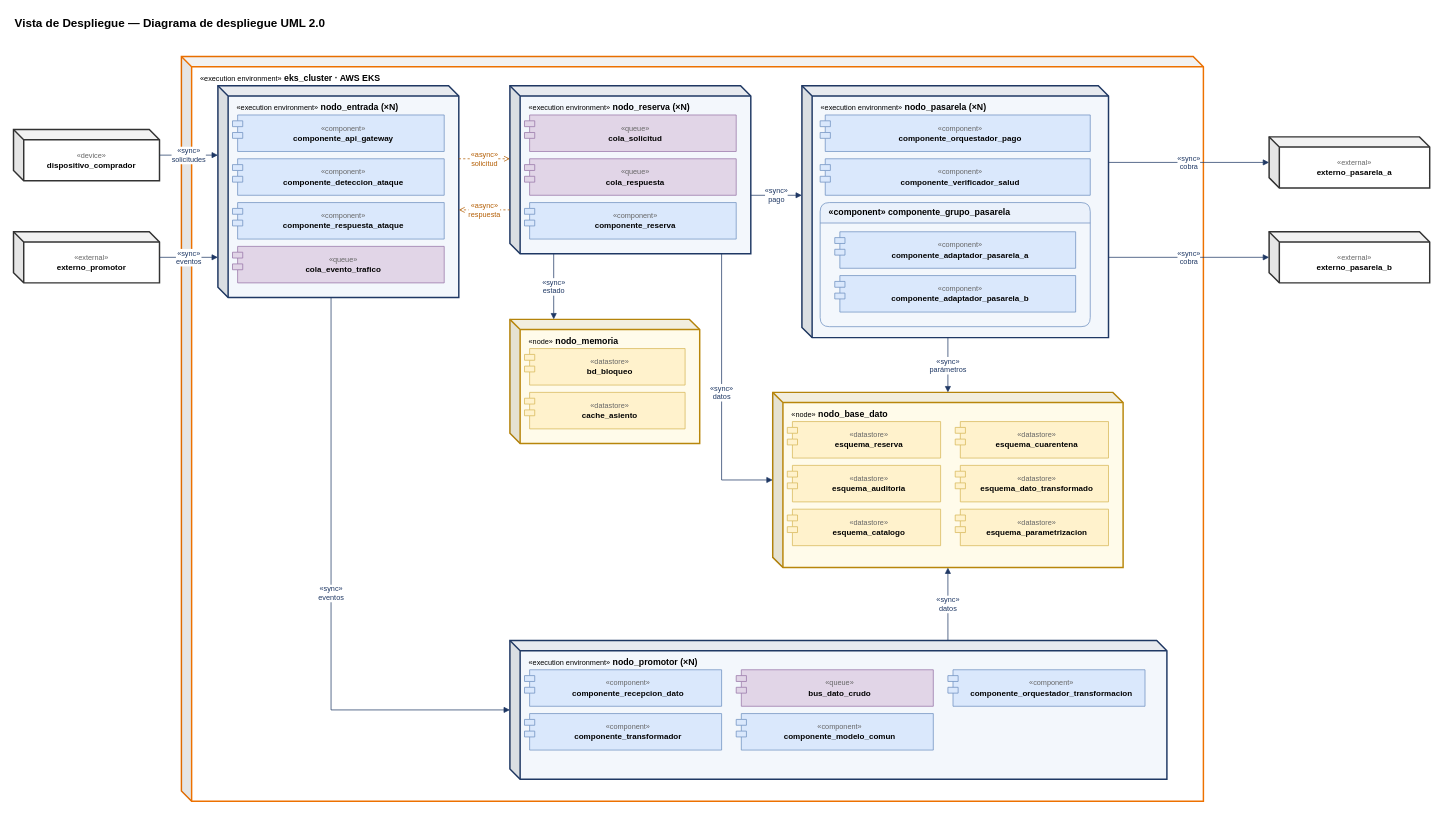
Above: page "4. Despliegue (Despliegue)" (4 of 7) of Arquitectura-TAQ.drawio in juliancho147/Arch_soft_proyecto_final (draw.io), before the change. Source tidied: cells renumbered, new cells numbered last; positions are measured from the earlier drawing's top-left corner, leaving out a move shared by most shapes. Both pictures are drawn from the tidied source at 73%, with x=0, y=0 at pixel (13, 12).
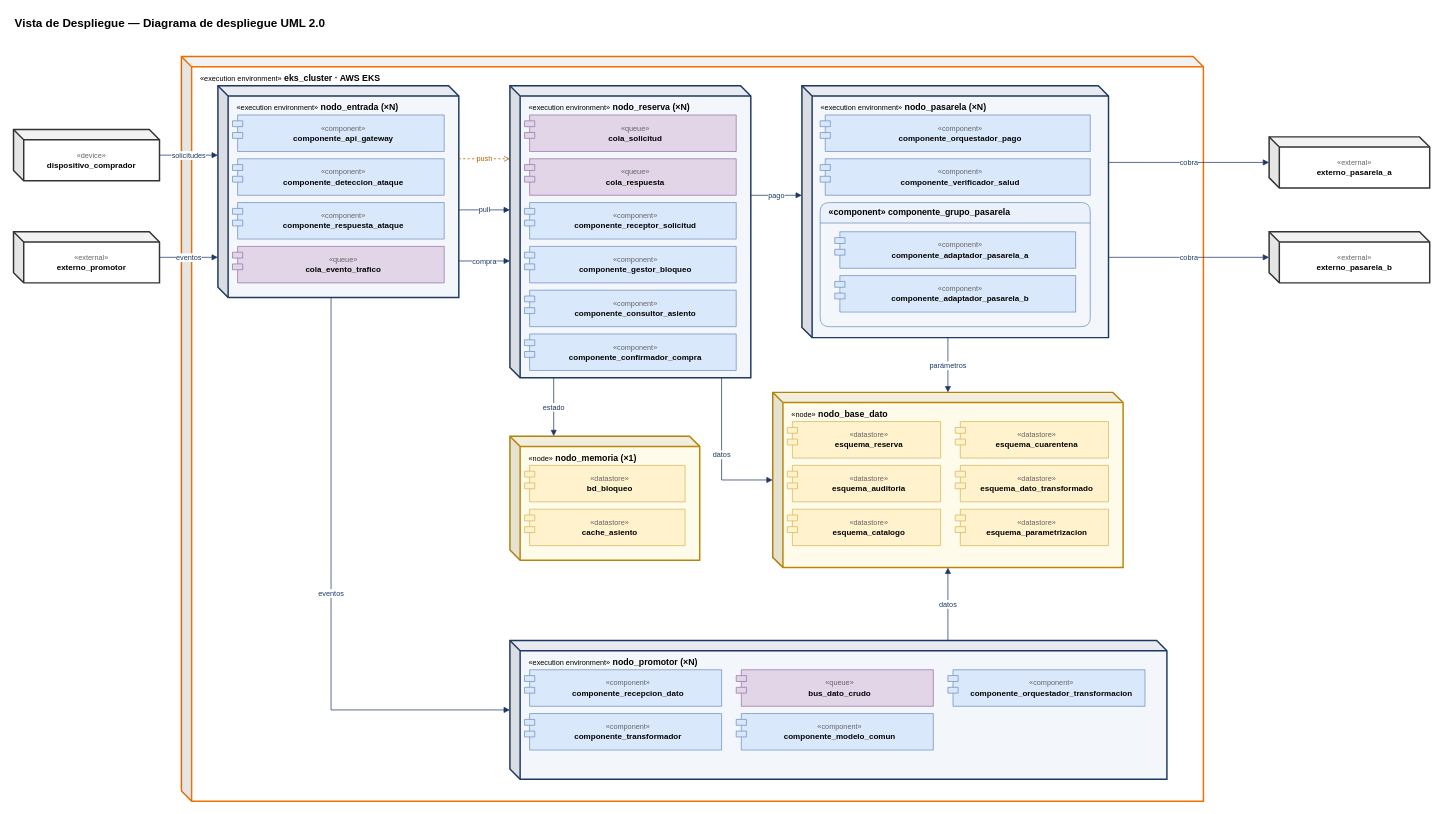
The same diagram, later.

Unchanged cells that the change refers to:
```xml
<mxCell id="3" value="&lt;span style=&quot;color:#666666;font-size:10px&quot;&gt;«device»&lt;/span&gt;&lt;br&gt;&lt;b&gt;dispositivo_comprador&lt;/b&gt;" style="shape=cube;whiteSpace=wrap;html=1;boundedLbl=1;backgroundOutline=1;darkOpacity=0.05;darkOpacity2=0.1;size=14;fontSize=11;fillColor=#FFFFFF;strokeColor=#333333;strokeWidth=2;" parent="1" vertex="1">
  <mxGeometry y="160" width="200" height="70" as="geometry" />
</mxCell>
<mxCell id="4" value="&lt;span style=&quot;color:#666666;font-size:10px&quot;&gt;«external»&lt;/span&gt;&lt;br&gt;&lt;b&gt;externo_promotor&lt;/b&gt;" style="shape=cube;whiteSpace=wrap;html=1;boundedLbl=1;backgroundOutline=1;darkOpacity=0.05;darkOpacity2=0.1;size=14;fontSize=11;fillColor=#FFFFFF;strokeColor=#333333;strokeWidth=2;" parent="1" vertex="1">
  <mxGeometry y="300" width="200" height="70" as="geometry" />
</mxCell>
<mxCell id="5" value="&lt;span style=&quot;color:#666666;font-size:10px&quot;&gt;«external»&lt;/span&gt;&lt;br&gt;&lt;b&gt;externo_pasarela_a&lt;/b&gt;" style="shape=cube;whiteSpace=wrap;html=1;boundedLbl=1;backgroundOutline=1;darkOpacity=0.05;darkOpacity2=0.1;size=14;fontSize=11;fillColor=#FFFFFF;strokeColor=#333333;strokeWidth=2;" parent="1" vertex="1">
  <mxGeometry x="1720" y="170" width="220" height="70" as="geometry" />
</mxCell>
<mxCell id="6" value="&lt;span style=&quot;color:#666666;font-size:10px&quot;&gt;«external»&lt;/span&gt;&lt;br&gt;&lt;b&gt;externo_pasarela_b&lt;/b&gt;" style="shape=cube;whiteSpace=wrap;html=1;boundedLbl=1;backgroundOutline=1;darkOpacity=0.05;darkOpacity2=0.1;size=14;fontSize=11;fillColor=#FFFFFF;strokeColor=#333333;strokeWidth=2;" parent="1" vertex="1">
  <mxGeometry x="1720" y="300" width="220" height="70" as="geometry" />
</mxCell>
<mxCell id="7" value="&lt;span style=&quot;font-size:10px;font-weight:normal&quot;&gt;«execution environment»&lt;/span&gt; eks_cluster  ·  AWS EKS" style="shape=cube;whiteSpace=wrap;html=1;boundedLbl=1;backgroundOutline=1;darkOpacity=0.05;darkOpacity2=0.1;size=14;verticalAlign=top;align=left;spacingLeft=10;spacingTop=2;fontStyle=1;fontSize=12;fillColor=#FFFFFF;strokeColor=#ED7100;strokeWidth=2;" parent="1" vertex="1">
  <mxGeometry x="230" y="60" width="1400" height="1020" as="geometry" />
</mxCell>
<mxCell id="8" value="&lt;span style=&quot;font-size:10px;font-weight:normal&quot;&gt;«execution environment»&lt;/span&gt; nodo_entrada (×N)" style="shape=cube;whiteSpace=wrap;html=1;boundedLbl=1;backgroundOutline=1;darkOpacity=0.05;darkOpacity2=0.1;size=14;verticalAlign=top;align=left;spacingLeft=10;spacingTop=2;fontStyle=1;fontSize=12;fillColor=#F3F7FC;strokeColor=#1F3864;strokeWidth=2;" parent="7" vertex="1">
  <mxGeometry x="50" y="40" width="330" height="290" as="geometry" />
</mxCell>
<mxCell id="17" value="&lt;span style=&quot;font-size:10px;font-weight:normal&quot;&gt;«execution environment»&lt;/span&gt; nodo_pasarela (×N)" style="shape=cube;whiteSpace=wrap;html=1;boundedLbl=1;backgroundOutline=1;darkOpacity=0.05;darkOpacity2=0.1;size=14;verticalAlign=top;align=left;spacingLeft=10;spacingTop=2;fontStyle=1;fontSize=12;fillColor=#F3F7FC;strokeColor=#1F3864;strokeWidth=2;" parent="7" vertex="1">
  <mxGeometry x="850" y="40" width="420" height="345" as="geometry" />
</mxCell>
<mxCell id="26" value="&lt;span style=&quot;font-size:10px;font-weight:normal&quot;&gt;«node»&lt;/span&gt; nodo_base_dato" style="shape=cube;whiteSpace=wrap;html=1;boundedLbl=1;backgroundOutline=1;darkOpacity=0.05;darkOpacity2=0.1;size=14;verticalAlign=top;align=left;spacingLeft=10;spacingTop=2;fontStyle=1;fontSize=12;fillColor=#FFFBEA;strokeColor=#B8860B;strokeWidth=2;" parent="7" vertex="1">
  <mxGeometry x="810" y="460" width="480" height="240" as="geometry" />
</mxCell>
<mxCell id="33" value="&lt;span style=&quot;font-size:10px;font-weight:normal&quot;&gt;«execution environment»&lt;/span&gt; nodo_promotor (×N)" style="shape=cube;whiteSpace=wrap;html=1;boundedLbl=1;backgroundOutline=1;darkOpacity=0.05;darkOpacity2=0.1;size=14;verticalAlign=top;align=left;spacingLeft=10;spacingTop=2;fontStyle=1;fontSize=12;fillColor=#F3F7FC;strokeColor=#1F3864;strokeWidth=2;" parent="7" vertex="1">
  <mxGeometry x="450" y="800" width="900" height="190" as="geometry" />
</mxCell>
```

Change to the diagram source:
```diff
@@
     <mxCell id="13" value="&lt;span style=&quot;font-size:10px;font-weight:normal&quot;&gt;«execution environment»&lt;/span&gt; nodo_reserva (×N)" style="shape=cube;whiteSpace=wrap;html=1;boundedLbl=1;backgroundOutline=1;darkOpacity=0.05;darkOpacity2=0.1;size=14;verticalAlign=top;align=left;spacingLeft=10;spacingTop=2;fontStyle=1;fontSize=12;fillColor=#F3F7FC;strokeColor=#1F3864;strokeWidth=2;" parent="7" vertex="1">
-      <mxGeometry x="450" y="40" width="330" height="230" as="geometry" />
+      <mxGeometry x="450" y="40" width="330" height="400" as="geometry" />
     </mxCell>
@@
-    <mxCell id="16" value="&lt;span style=&quot;color:#666666;font-size:10px&quot;&gt;«component»&lt;/span&gt;&lt;br&gt;&lt;b&gt;componente_reserva&lt;/b&gt;" style="shape=module;jettyWidth=14;jettyHeight=8;spacingLeft=14;html=1;whiteSpace=wrap;fontSize=11;fillColor=#DAE8FC;strokeColor=#6C8EBF;" parent="13" vertex="1">
+    <mxCell id="16" value="&lt;span style=&quot;color:#666666;font-size:10px&quot;&gt;«component»&lt;/span&gt;&lt;br&gt;&lt;b&gt;componente_receptor_solicitud&lt;/b&gt;" style="shape=module;jettyWidth=14;jettyHeight=8;spacingLeft=14;html=1;whiteSpace=wrap;fontSize=11;fillColor=#DAE8FC;strokeColor=#6C8EBF;" parent="13" vertex="1">
       <mxGeometry x="20" y="160" width="290" height="50" as="geometry" />
     </mxCell>
+    <mxCell id="51" value="&lt;span style=&quot;color:#666666;font-size:10px&quot;&gt;«component»&lt;/span&gt;&lt;br&gt;&lt;b&gt;componente_gestor_bloqueo&lt;/b&gt;" style="shape=module;jettyWidth=14;jettyHeight=8;spacingLeft=14;html=1;whiteSpace=wrap;fontSize=11;fillColor=#DAE8FC;strokeColor=#6C8EBF;" parent="13" vertex="1">
+      <mxGeometry x="20" y="220" width="290" height="50" as="geometry" />
+    </mxCell>
+    <mxCell id="52" value="&lt;span style=&quot;color:#666666;font-size:10px&quot;&gt;«component»&lt;/span&gt;&lt;br&gt;&lt;b&gt;componente_consultor_asiento&lt;/b&gt;" style="shape=module;jettyWidth=14;jettyHeight=8;spacingLeft=14;html=1;whiteSpace=wrap;fontSize=11;fillColor=#DAE8FC;strokeColor=#6C8EBF;" parent="13" vertex="1">
+      <mxGeometry x="20" y="280" width="290" height="50" as="geometry" />
+    </mxCell>
+    <mxCell id="53" value="&lt;span style=&quot;color:#666666;font-size:10px&quot;&gt;«component»&lt;/span&gt;&lt;br&gt;&lt;b&gt;componente_confirmador_compra&lt;/b&gt;" style="shape=module;jettyWidth=14;jettyHeight=8;spacingLeft=14;html=1;whiteSpace=wrap;fontSize=11;fillColor=#DAE8FC;strokeColor=#6C8EBF;" parent="13" vertex="1">
+      <mxGeometry x="20" y="340" width="290" height="50" as="geometry" />
+    </mxCell>
@@
-    <mxCell id="23" value="&lt;span style=&quot;font-size:10px;font-weight:normal&quot;&gt;«node»&lt;/span&gt; nodo_memoria" style="shape=cube;whiteSpace=wrap;html=1;boundedLbl=1;backgroundOutline=1;darkOpacity=0.05;darkOpacity2=0.1;size=14;verticalAlign=top;align=left;spacingLeft=10;spacingTop=2;fontStyle=1;fontSize=12;fillColor=#FFFBEA;strokeColor=#B8860B;strokeWidth=2;" parent="7" vertex="1">
-      <mxGeometry x="450" y="360" width="260" height="170" as="geometry" />
+    <mxCell id="23" value="&lt;span style=&quot;font-size:10px;font-weight:normal&quot;&gt;«node»&lt;/span&gt; nodo_memoria (×1)" style="shape=cube;whiteSpace=wrap;html=1;boundedLbl=1;backgroundOutline=1;darkOpacity=0.05;darkOpacity2=0.1;size=14;verticalAlign=top;align=left;spacingLeft=10;spacingTop=2;fontStyle=1;fontSize=12;fillColor=#FFFBEA;strokeColor=#B8860B;strokeWidth=2;" parent="7" vertex="1">
+      <mxGeometry x="450" y="520" width="260" height="170" as="geometry" />
     </mxCell>
@@
-    <mxCell id="39" value="«sync»&lt;br&gt;solicitudes" style="edgeStyle=none;rounded=0;html=1;fontSize=10;labelBackgroundColor=#FFFFFF;endArrow=block;endFill=1;strokeColor=#1F3864;fontColor=#1F3864;exitX=1.0;exitY=0.5;exitDx=0;exitDy=0;entryX=0.0;entryY=0.3276;entryDx=0;entryDy=0;" parent="1" edge="1" source="3" target="8">
+    <mxCell id="39" value="solicitudes" style="edgeStyle=none;rounded=0;html=1;fontSize=10;labelBackgroundColor=#FFFFFF;endArrow=block;endFill=1;strokeColor=#1F3864;fontColor=#1F3864;exitX=1.0;exitY=0.5;exitDx=0;exitDy=0;entryX=0.0;entryY=0.3276;entryDx=0;entryDy=0;" parent="1" edge="1" source="3" target="8">
       <mxGeometry relative="1" as="geometry" />
     </mxCell>
-    <mxCell id="40" value="«sync»&lt;br&gt;eventos" style="edgeStyle=none;rounded=0;html=1;fontSize=10;labelBackgroundColor=#FFFFFF;endArrow=block;endFill=1;strokeColor=#1F3864;fontColor=#1F3864;exitX=1.0;exitY=0.5;exitDx=0;exitDy=0;entryX=0.0;entryY=0.8103;entryDx=0;entryDy=0;" parent="1" edge="1" source="4" target="8">
+    <mxCell id="40" value="eventos" style="edgeStyle=none;rounded=0;html=1;fontSize=10;labelBackgroundColor=#FFFFFF;endArrow=block;endFill=1;strokeColor=#1F3864;fontColor=#1F3864;exitX=1.0;exitY=0.5;exitDx=0;exitDy=0;entryX=0.0;entryY=0.8103;entryDx=0;entryDy=0;" parent="1" edge="1" source="4" target="8">
       <mxGeometry relative="1" as="geometry" />
     </mxCell>
-    <mxCell id="41" value="«async»&lt;br&gt;solicitud" style="edgeStyle=none;rounded=0;html=1;fontSize=10;labelBackgroundColor=#FFFFFF;dashed=1;endArrow=open;endFill=0;strokeColor=#B45F06;fontColor=#B45F06;exitX=1.0;exitY=0.3448;exitDx=0;exitDy=0;entryX=0.0;entryY=0.4348;entryDx=0;entryDy=0;" parent="1" edge="1" source="8" target="13">
+    <mxCell id="41" value="push" style="edgeStyle=none;rounded=0;html=1;fontSize=10;labelBackgroundColor=#FFFFFF;dashed=1;endArrow=open;endFill=0;strokeColor=#B45F06;fontColor=#B45F06;exitX=1.0;exitY=0.3448;exitDx=0;exitDy=0;entryX=0.0;entryY=0.25;entryDx=0;entryDy=0;" parent="1" edge="1" source="8" target="13">
       <mxGeometry relative="1" as="geometry" />
     </mxCell>
-    <mxCell id="42" value="«async»&lt;br&gt;respuesta" style="edgeStyle=none;rounded=0;html=1;fontSize=10;labelBackgroundColor=#FFFFFF;dashed=1;endArrow=open;endFill=0;strokeColor=#B45F06;fontColor=#B45F06;exitX=0.0;exitY=0.7391;exitDx=0;exitDy=0;entryX=1.0;entryY=0.5862;entryDx=0;entryDy=0;" parent="1" edge="1" source="13" target="8">
+    <mxCell id="42" value="pull" style="edgeStyle=none;rounded=0;html=1;fontSize=10;labelBackgroundColor=#FFFFFF;endArrow=block;endFill=1;strokeColor=#1F3864;fontColor=#1F3864;exitX=1.0;exitY=0.5862;exitDx=0;exitDy=0;entryX=0.0;entryY=0.425;entryDx=0;entryDy=0;" parent="1" edge="1" source="8" target="13">
       <mxGeometry relative="1" as="geometry" />
     </mxCell>
-    <mxCell id="43" value="«sync»&lt;br&gt;eventos" style="edgeStyle=none;rounded=0;html=1;fontSize=10;labelBackgroundColor=#FFFFFF;endArrow=block;endFill=1;strokeColor=#1F3864;fontColor=#1F3864;exitX=0.4697;exitY=1.0;exitDx=0;exitDy=0;entryX=0.0;entryY=0.5;entryDx=0;entryDy=0;" parent="1" edge="1" source="8" target="33">
-      <mxGeometry relative="1" as="geometry">
-        <Array as="points">
-          <mxPoint x="435" y="955" />
-        </Array>
-      </mxGeometry>
+    <mxCell id="43" value="compra" style="edgeStyle=none;rounded=0;html=1;fontSize=10;labelBackgroundColor=#FFFFFF;endArrow=block;endFill=1;strokeColor=#1F3864;fontColor=#1F3864;exitX=1.0;exitY=0.8276;exitDx=0;exitDy=0;entryX=0.0;entryY=0.6;entryDx=0;entryDy=0;" parent="1" edge="1" source="8" target="13">
+      <mxGeometry relative="1" as="geometry" />
     </mxCell>
-    <mxCell id="44" value="«sync»&lt;br&gt;pago" style="edgeStyle=none;rounded=0;html=1;fontSize=10;labelBackgroundColor=#FFFFFF;endArrow=block;endFill=1;strokeColor=#1F3864;fontColor=#1F3864;exitX=1.0;exitY=0.6522;exitDx=0;exitDy=0;entryX=0.0;entryY=0.4348;entryDx=0;entryDy=0;" parent="1" edge="1" source="13" target="17">
-      <mxGeometry relative="1" as="geometry" />
+    <mxCell id="44" value="eventos" style="edgeStyle=none;rounded=0;html=1;fontSize=10;labelBackgroundColor=#FFFFFF;endArrow=block;endFill=1;strokeColor=#1F3864;fontColor=#1F3864;exitX=0.4697;exitY=1.0;exitDx=0;exitDy=0;entryX=0.0;entryY=0.5;entryDx=0;entryDy=0;" parent="1" edge="1" source="8" target="33">
+      <mxGeometry relative="1" as="geometry">
+        <Array as="points">
+          <mxPoint x="435" y="955" />
+        </Array>
+      </mxGeometry>
     </mxCell>
-    <mxCell id="45" value="«sync»&lt;br&gt;estado" style="edgeStyle=none;rounded=0;html=1;fontSize=10;labelBackgroundColor=#FFFFFF;endArrow=block;endFill=1;strokeColor=#1F3864;fontColor=#1F3864;exitX=0.1818;exitY=1.0;exitDx=0;exitDy=0;entryX=0.2308;entryY=0.0;entryDx=0;entryDy=0;" parent="1" edge="1" source="13" target="23">
+    <mxCell id="45" value="pago" style="edgeStyle=none;rounded=0;html=1;fontSize=10;labelBackgroundColor=#FFFFFF;endArrow=block;endFill=1;strokeColor=#1F3864;fontColor=#1F3864;exitX=1.0;exitY=0.375;exitDx=0;exitDy=0;entryX=0.0;entryY=0.4348;entryDx=0;entryDy=0;" parent="1" edge="1" source="13" target="17">
       <mxGeometry relative="1" as="geometry" />
     </mxCell>
-    <mxCell id="46" value="«sync»&lt;br&gt;datos" style="edgeStyle=none;rounded=0;html=1;fontSize=10;labelBackgroundColor=#FFFFFF;endArrow=block;endFill=1;strokeColor=#1F3864;fontColor=#1F3864;exitX=0.8788;exitY=1.0;exitDx=0;exitDy=0;entryX=0.0;entryY=0.5;entryDx=0;entryDy=0;" parent="1" edge="1" source="13" target="26">
-      <mxGeometry relative="1" as="geometry">
-        <Array as="points">
-          <mxPoint x="970" y="640" />
-        </Array>
-      </mxGeometry>
+    <mxCell id="46" value="estado" style="edgeStyle=none;rounded=0;html=1;fontSize=10;labelBackgroundColor=#FFFFFF;endArrow=block;endFill=1;strokeColor=#1F3864;fontColor=#1F3864;exitX=0.1818;exitY=1.0;exitDx=0;exitDy=0;entryX=0.2308;entryY=0.0;entryDx=0;entryDy=0;" parent="1" edge="1" source="13" target="23">
+      <mxGeometry relative="1" as="geometry" />
     </mxCell>
-    <mxCell id="47" value="«sync»&lt;br&gt;parámetros" style="edgeStyle=none;rounded=0;html=1;fontSize=10;labelBackgroundColor=#FFFFFF;endArrow=block;endFill=1;strokeColor=#1F3864;fontColor=#1F3864;exitX=0.4762;exitY=1.0;exitDx=0;exitDy=0;entryX=0.5;entryY=0.0;entryDx=0;entryDy=0;" parent="1" edge="1" source="17" target="26">
-      <mxGeometry relative="1" as="geometry" />
+    <mxCell id="47" value="datos" style="edgeStyle=none;rounded=0;html=1;fontSize=10;labelBackgroundColor=#FFFFFF;endArrow=block;endFill=1;strokeColor=#1F3864;fontColor=#1F3864;exitX=0.8788;exitY=1.0;exitDx=0;exitDy=0;entryX=0.0;entryY=0.5;entryDx=0;entryDy=0;" parent="1" edge="1" source="13" target="26">
+      <mxGeometry relative="1" as="geometry">
+        <Array as="points">
+          <mxPoint x="970" y="640" />
+        </Array>
+      </mxGeometry>
     </mxCell>
-    <mxCell id="48" value="«sync»&lt;br&gt;datos" style="edgeStyle=none;rounded=0;html=1;fontSize=10;labelBackgroundColor=#FFFFFF;endArrow=block;endFill=1;strokeColor=#1F3864;fontColor=#1F3864;exitX=0.6667;exitY=0.0;exitDx=0;exitDy=0;entryX=0.5;entryY=1.0;entryDx=0;entryDy=0;" parent="1" edge="1" source="33" target="26">
+    <mxCell id="48" value="parámetros" style="edgeStyle=none;rounded=0;html=1;fontSize=10;labelBackgroundColor=#FFFFFF;endArrow=block;endFill=1;strokeColor=#1F3864;fontColor=#1F3864;exitX=0.4762;exitY=1.0;exitDx=0;exitDy=0;entryX=0.5;entryY=0.0;entryDx=0;entryDy=0;" parent="1" edge="1" source="17" target="26">
       <mxGeometry relative="1" as="geometry" />
     </mxCell>
-    <mxCell id="49" value="«sync»&lt;br&gt;cobra" style="edgeStyle=none;rounded=0;html=1;fontSize=10;labelBackgroundColor=#FFFFFF;endArrow=block;endFill=1;strokeColor=#1F3864;fontColor=#1F3864;exitX=1.0;exitY=0.3043;exitDx=0;exitDy=0;entryX=0.0;entryY=0.5;entryDx=0;entryDy=0;" parent="1" edge="1" source="17" target="5">
+    <mxCell id="49" value="datos" style="edgeStyle=none;rounded=0;html=1;fontSize=10;labelBackgroundColor=#FFFFFF;endArrow=block;endFill=1;strokeColor=#1F3864;fontColor=#1F3864;exitX=0.6667;exitY=0.0;exitDx=0;exitDy=0;entryX=0.5;entryY=1.0;entryDx=0;entryDy=0;" parent="1" edge="1" source="33" target="26">
       <mxGeometry relative="1" as="geometry" />
     </mxCell>
-    <mxCell id="50" value="«sync»&lt;br&gt;cobra" style="edgeStyle=none;rounded=0;html=1;fontSize=10;labelBackgroundColor=#FFFFFF;endArrow=block;endFill=1;strokeColor=#1F3864;fontColor=#1F3864;exitX=1.0;exitY=0.6812;exitDx=0;exitDy=0;entryX=0.0;entryY=0.5;entryDx=0;entryDy=0;" parent="1" edge="1" source="17" target="6">
+    <mxCell id="50" value="cobra" style="edgeStyle=none;rounded=0;html=1;fontSize=10;labelBackgroundColor=#FFFFFF;endArrow=block;endFill=1;strokeColor=#1F3864;fontColor=#1F3864;exitX=1.0;exitY=0.3043;exitDx=0;exitDy=0;entryX=0.0;entryY=0.5;entryDx=0;entryDy=0;" parent="1" edge="1" source="17" target="5">
       <mxGeometry relative="1" as="geometry" />
     </mxCell>
+    <mxCell id="54" value="cobra" style="edgeStyle=none;rounded=0;html=1;fontSize=10;labelBackgroundColor=#FFFFFF;endArrow=block;endFill=1;strokeColor=#1F3864;fontColor=#1F3864;exitX=1.0;exitY=0.6812;exitDx=0;exitDy=0;entryX=0.0;entryY=0.5;entryDx=0;entryDy=0;" parent="1" edge="1" source="17" target="6">
+      <mxGeometry relative="1" as="geometry" />
+    </mxCell>
```
